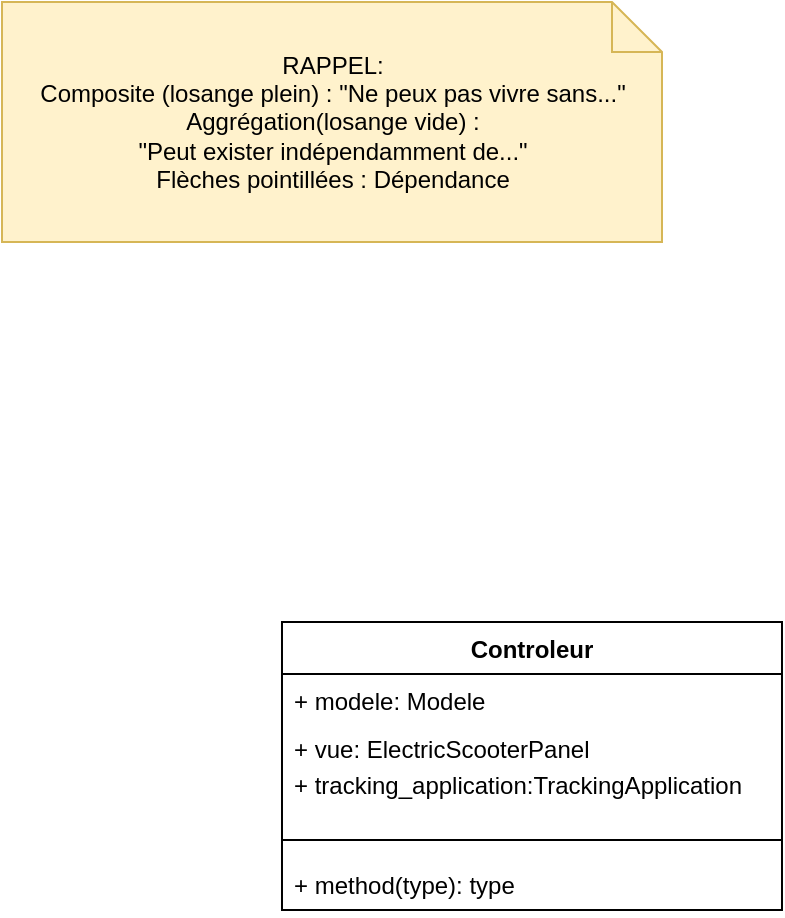
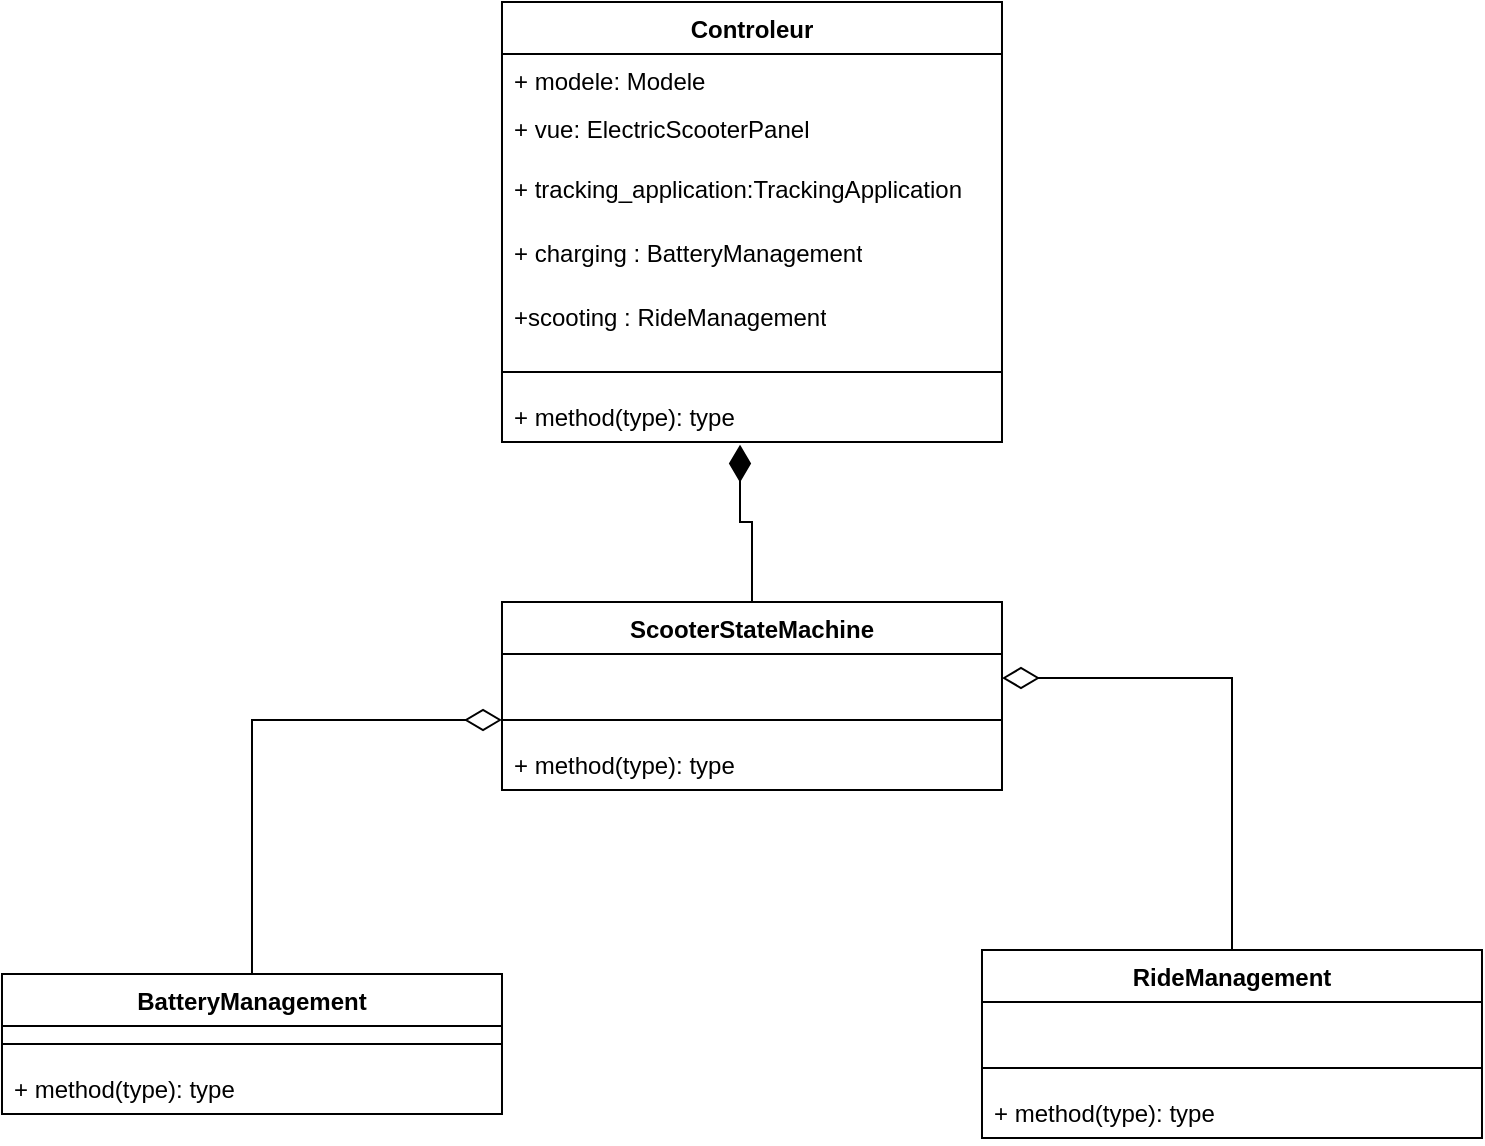
- <mxfile host="app.diagrams.net" agent="Mozilla/5.0 (Windows NT 10.0; Win64; x64) AppleWebKit/537.36 (KHTML, like Gecko) Chrome/147.0.0.0 Safari/537.36" version="29.3.8">
+ <mxfile host="app.diagrams.net" agent="Mozilla/5.0 (Windows NT 10.0; Win64; x64) AppleWebKit/537.36 (KHTML, like Gecko) Chrome/147.0.0.0 Safari/537.36">
  <diagram name="Page-1" id="ZaBHFFd0_VvOCWskp0NQ">
-     <mxGraphModel dx="1303" dy="659" grid="1" gridSize="10" guides="1" tooltips="1" connect="1" arrows="1" fold="1" page="1" pageScale="1" pageWidth="850" pageHeight="1100" math="0" shadow="0">
+     <mxGraphModel dx="1335" dy="863" grid="1" gridSize="10" guides="1" tooltips="1" connect="1" arrows="1" fold="1" page="1" pageScale="1" pageWidth="850" pageHeight="1100" math="0" shadow="0">
      <root>
        <mxCell id="0" />
        <mxCell id="1" parent="0" />
        <mxCell id="hIcuiyZVjw3Nrz-fMjJk-143" parent="1" style="swimlane;fontStyle=1;align=center;verticalAlign=top;childLayout=stackLayout;horizontal=1;startSize=26;horizontalStack=0;resizeParent=1;resizeParentMax=0;resizeLast=0;collapsible=1;marginBottom=0;whiteSpace=wrap;html=1;" value="Controleur" vertex="1">
-           <mxGeometry height="144" width="250" x="179.99740606398802" y="369.9988850136409" as="geometry" />
+           <mxGeometry height="220" width="250" x="289.997406063988" y="239.99888501364092" as="geometry" />
        </mxCell>
        <mxCell id="hIcuiyZVjw3Nrz-fMjJk-144" parent="hIcuiyZVjw3Nrz-fMjJk-143" style="text;strokeColor=none;fillColor=none;align=left;verticalAlign=top;spacingLeft=4;spacingRight=4;overflow=hidden;rotatable=0;points=[[0,0.5],[1,0.5]];portConstraint=eastwest;whiteSpace=wrap;html=1;" value="+ modele: Modele&lt;div&gt;&lt;br&gt;&lt;/div&gt;" vertex="1">
          <mxGeometry height="24" width="250" y="26" as="geometry" />
        </mxCell>
        <mxCell id="hIcuiyZVjw3Nrz-fMjJk-145" parent="hIcuiyZVjw3Nrz-fMjJk-143" style="text;strokeColor=none;fillColor=none;align=left;verticalAlign=top;spacingLeft=4;spacingRight=4;overflow=hidden;rotatable=0;points=[[0,0.5],[1,0.5]];portConstraint=eastwest;whiteSpace=wrap;html=1;" value="+ vue: ElectricScooterPanel" vertex="1">
+           <mxGeometry height="30" width="250" y="50" as="geometry" />
+         </mxCell>
+         <mxCell id="hIcuiyZVjw3Nrz-fMjJk-146" parent="hIcuiyZVjw3Nrz-fMjJk-143" style="text;strokeColor=none;fillColor=none;align=left;verticalAlign=top;spacingLeft=4;spacingRight=4;overflow=hidden;rotatable=0;points=[[0,0.5],[1,0.5]];portConstraint=eastwest;whiteSpace=wrap;html=1;" value="+ tracking_application:TrackingApplication" vertex="1">
+           <mxGeometry height="32" width="250" y="80" as="geometry" />
+         </mxCell>
+         <mxCell id="NTRwqEKUHlkQAEWgLomW-20" parent="hIcuiyZVjw3Nrz-fMjJk-143" style="text;strokeColor=none;fillColor=none;align=left;verticalAlign=top;spacingLeft=4;spacingRight=4;overflow=hidden;rotatable=0;points=[[0,0.5],[1,0.5]];portConstraint=eastwest;whiteSpace=wrap;html=1;" value="+ charging : BatteryManagement" vertex="1">
+           <mxGeometry height="32" width="250" y="112" as="geometry" />
+         </mxCell>
+         <mxCell id="NTRwqEKUHlkQAEWgLomW-21" parent="hIcuiyZVjw3Nrz-fMjJk-143" style="text;strokeColor=none;fillColor=none;align=left;verticalAlign=top;spacingLeft=4;spacingRight=4;overflow=hidden;rotatable=0;points=[[0,0.5],[1,0.5]];portConstraint=eastwest;whiteSpace=wrap;html=1;" value="+scooting : RideManagement" vertex="1">
+           <mxGeometry height="32" width="250" y="144" as="geometry" />
+         </mxCell>
+         <mxCell id="hIcuiyZVjw3Nrz-fMjJk-147" parent="hIcuiyZVjw3Nrz-fMjJk-143" style="line;strokeWidth=1;fillColor=none;align=left;verticalAlign=middle;spacingTop=-1;spacingLeft=3;spacingRight=3;rotatable=0;labelPosition=right;points=[];portConstraint=eastwest;strokeColor=inherit;" value="" vertex="1">
+           <mxGeometry height="18" width="250" y="176" as="geometry" />
+         </mxCell>
+         <mxCell id="hIcuiyZVjw3Nrz-fMjJk-148" parent="hIcuiyZVjw3Nrz-fMjJk-143" style="text;strokeColor=none;fillColor=none;align=left;verticalAlign=top;spacingLeft=4;spacingRight=4;overflow=hidden;rotatable=0;points=[[0,0.5],[1,0.5]];portConstraint=eastwest;whiteSpace=wrap;html=1;" value="+ method(type): type" vertex="1">
+           <mxGeometry height="26" width="250" y="194" as="geometry" />
+         </mxCell>
+         <mxCell id="NTRwqEKUHlkQAEWgLomW-28" edge="1" parent="1" source="NTRwqEKUHlkQAEWgLomW-2" style="edgeStyle=orthogonalEdgeStyle;rounded=0;orthogonalLoop=1;jettySize=auto;html=1;exitX=0.5;exitY=0;exitDx=0;exitDy=0;endSize=16;endArrow=diamondThin;endFill=0;" target="NTRwqEKUHlkQAEWgLomW-26">
+           <mxGeometry relative="1" as="geometry" />
+         </mxCell>
+         <mxCell id="NTRwqEKUHlkQAEWgLomW-2" parent="1" style="swimlane;fontStyle=1;align=center;verticalAlign=top;childLayout=stackLayout;horizontal=1;startSize=26;horizontalStack=0;resizeParent=1;resizeParentMax=0;resizeLast=0;collapsible=1;marginBottom=0;whiteSpace=wrap;html=1;" value="BatteryManagement" vertex="1">
+           <mxGeometry height="70" width="250" x="39.997406063988024" y="725.9988850136409" as="geometry" />
+         </mxCell>
+         <mxCell id="NTRwqEKUHlkQAEWgLomW-6" parent="NTRwqEKUHlkQAEWgLomW-2" style="line;strokeWidth=1;fillColor=none;align=left;verticalAlign=middle;spacingTop=-1;spacingLeft=3;spacingRight=3;rotatable=0;labelPosition=right;points=[];portConstraint=eastwest;strokeColor=inherit;" value="" vertex="1">
+           <mxGeometry height="18" width="250" y="26" as="geometry" />
+         </mxCell>
+         <mxCell id="NTRwqEKUHlkQAEWgLomW-7" parent="NTRwqEKUHlkQAEWgLomW-2" style="text;strokeColor=none;fillColor=none;align=left;verticalAlign=top;spacingLeft=4;spacingRight=4;overflow=hidden;rotatable=0;points=[[0,0.5],[1,0.5]];portConstraint=eastwest;whiteSpace=wrap;html=1;" value="+ method(type): type" vertex="1">
+           <mxGeometry height="26" width="250" y="44" as="geometry" />
+         </mxCell>
+         <mxCell id="NTRwqEKUHlkQAEWgLomW-29" edge="1" parent="1" source="NTRwqEKUHlkQAEWgLomW-8" style="edgeStyle=orthogonalEdgeStyle;rounded=0;orthogonalLoop=1;jettySize=auto;html=1;entryX=1;entryY=0.5;entryDx=0;entryDy=0;endSize=16;endArrow=diamondThin;endFill=0;" target="NTRwqEKUHlkQAEWgLomW-23">
+           <mxGeometry relative="1" as="geometry" />
+         </mxCell>
+         <mxCell id="NTRwqEKUHlkQAEWgLomW-8" parent="1" style="swimlane;fontStyle=1;align=center;verticalAlign=top;childLayout=stackLayout;horizontal=1;startSize=26;horizontalStack=0;resizeParent=1;resizeParentMax=0;resizeLast=0;collapsible=1;marginBottom=0;whiteSpace=wrap;html=1;" value="RideManagement" vertex="1">
+           <mxGeometry height="94" width="250" x="529.997406063988" y="713.9988850136409" as="geometry" />
+         </mxCell>
+         <mxCell id="NTRwqEKUHlkQAEWgLomW-9" parent="NTRwqEKUHlkQAEWgLomW-8" style="text;strokeColor=none;fillColor=none;align=left;verticalAlign=top;spacingLeft=4;spacingRight=4;overflow=hidden;rotatable=0;points=[[0,0.5],[1,0.5]];portConstraint=eastwest;whiteSpace=wrap;html=1;" value="&lt;div&gt;&lt;br&gt;&lt;/div&gt;" vertex="1">
+           <mxGeometry height="24" width="250" y="26" as="geometry" />
+         </mxCell>
+         <mxCell id="NTRwqEKUHlkQAEWgLomW-12" parent="NTRwqEKUHlkQAEWgLomW-8" style="line;strokeWidth=1;fillColor=none;align=left;verticalAlign=middle;spacingTop=-1;spacingLeft=3;spacingRight=3;rotatable=0;labelPosition=right;points=[];portConstraint=eastwest;strokeColor=inherit;" value="" vertex="1">
          <mxGeometry height="18" width="250" y="50" as="geometry" />
        </mxCell>
-         <mxCell id="hIcuiyZVjw3Nrz-fMjJk-146" parent="hIcuiyZVjw3Nrz-fMjJk-143" style="text;strokeColor=none;fillColor=none;align=left;verticalAlign=top;spacingLeft=4;spacingRight=4;overflow=hidden;rotatable=0;points=[[0,0.5],[1,0.5]];portConstraint=eastwest;whiteSpace=wrap;html=1;" value="+ tracking_application:TrackingApplication" vertex="1">
-           <mxGeometry height="32" width="250" y="68" as="geometry" />
+         <mxCell id="NTRwqEKUHlkQAEWgLomW-13" parent="NTRwqEKUHlkQAEWgLomW-8" style="text;strokeColor=none;fillColor=none;align=left;verticalAlign=top;spacingLeft=4;spacingRight=4;overflow=hidden;rotatable=0;points=[[0,0.5],[1,0.5]];portConstraint=eastwest;whiteSpace=wrap;html=1;" value="+ method(type): type" vertex="1">
+           <mxGeometry height="26" width="250" y="68" as="geometry" />
        </mxCell>
-         <mxCell id="hIcuiyZVjw3Nrz-fMjJk-147" parent="hIcuiyZVjw3Nrz-fMjJk-143" style="line;strokeWidth=1;fillColor=none;align=left;verticalAlign=middle;spacingTop=-1;spacingLeft=3;spacingRight=3;rotatable=0;labelPosition=right;points=[];portConstraint=eastwest;strokeColor=inherit;" value="" vertex="1">
-           <mxGeometry height="18" width="250" y="100" as="geometry" />
+         <mxCell id="NTRwqEKUHlkQAEWgLomW-22" parent="1" style="swimlane;fontStyle=1;align=center;verticalAlign=top;childLayout=stackLayout;horizontal=1;startSize=26;horizontalStack=0;resizeParent=1;resizeParentMax=0;resizeLast=0;collapsible=1;marginBottom=0;whiteSpace=wrap;html=1;" value="ScooterStateMachine" vertex="1">
+           <mxGeometry height="94" width="250" x="289.997406063988" y="539.9988850136409" as="geometry" />
        </mxCell>
-         <mxCell id="hIcuiyZVjw3Nrz-fMjJk-148" parent="hIcuiyZVjw3Nrz-fMjJk-143" style="text;strokeColor=none;fillColor=none;align=left;verticalAlign=top;spacingLeft=4;spacingRight=4;overflow=hidden;rotatable=0;points=[[0,0.5],[1,0.5]];portConstraint=eastwest;whiteSpace=wrap;html=1;" value="+ method(type): type" vertex="1">
-           <mxGeometry height="26" width="250" y="118" as="geometry" />
+         <mxCell id="NTRwqEKUHlkQAEWgLomW-23" parent="NTRwqEKUHlkQAEWgLomW-22" style="text;strokeColor=none;fillColor=none;align=left;verticalAlign=top;spacingLeft=4;spacingRight=4;overflow=hidden;rotatable=0;points=[[0,0.5],[1,0.5]];portConstraint=eastwest;whiteSpace=wrap;html=1;" value="&lt;div&gt;&lt;br&gt;&lt;/div&gt;" vertex="1">
+           <mxGeometry height="24" width="250" y="26" as="geometry" />
        </mxCell>
-         <mxCell id="hIcuiyZVjw3Nrz-fMjJk-213" parent="1" style="shape=note2;size=25;childLayout=stackLayout;horizontalStack=0;resizeParent=1;resizeParentMax=0;resizeLast=0;collapsible=0;marginBottom=0;html=1;container=1;fillColor=#fff2cc;strokeColor=#d6b656;" value="RAPPEL:&lt;br&gt;Composite (losange plein) : &quot;Ne peux pas vivre sans...&quot;&lt;br&gt;Aggrégation(losange vide) : &lt;br&gt;&quot;Peut exister indépendamment de...&quot;&lt;br&gt;Flèches pointillées : Dépendance" vertex="1">
-           <mxGeometry height="120" width="330" x="39.99883463541653" y="59.99890245225686" as="geometry" />
+         <mxCell id="NTRwqEKUHlkQAEWgLomW-26" parent="NTRwqEKUHlkQAEWgLomW-22" style="line;strokeWidth=1;fillColor=none;align=left;verticalAlign=middle;spacingTop=-1;spacingLeft=3;spacingRight=3;rotatable=0;labelPosition=right;points=[];portConstraint=eastwest;strokeColor=inherit;" value="" vertex="1">
+           <mxGeometry height="18" width="250" y="50" as="geometry" />
+         </mxCell>
+         <mxCell id="NTRwqEKUHlkQAEWgLomW-27" parent="NTRwqEKUHlkQAEWgLomW-22" style="text;strokeColor=none;fillColor=none;align=left;verticalAlign=top;spacingLeft=4;spacingRight=4;overflow=hidden;rotatable=0;points=[[0,0.5],[1,0.5]];portConstraint=eastwest;whiteSpace=wrap;html=1;" value="+ method(type): type" vertex="1">
+           <mxGeometry height="26" width="250" y="68" as="geometry" />
+         </mxCell>
+         <mxCell id="NTRwqEKUHlkQAEWgLomW-31" edge="1" parent="1" source="NTRwqEKUHlkQAEWgLomW-22" style="edgeStyle=orthogonalEdgeStyle;rounded=0;orthogonalLoop=1;jettySize=auto;html=1;exitX=0.5;exitY=0;exitDx=0;exitDy=0;entryX=0.476;entryY=1.051;entryDx=0;entryDy=0;entryPerimeter=0;endSize=16;endArrow=diamondThin;endFill=1;" target="hIcuiyZVjw3Nrz-fMjJk-148">
+           <mxGeometry relative="1" as="geometry">
+             <Array as="points">
+               <mxPoint x="415" y="500" />
+               <mxPoint x="409" y="500" />
+             </Array>
+           </mxGeometry>
        </mxCell>
      </root>
    </mxGraphModel>
  </diagram>
</mxfile>
